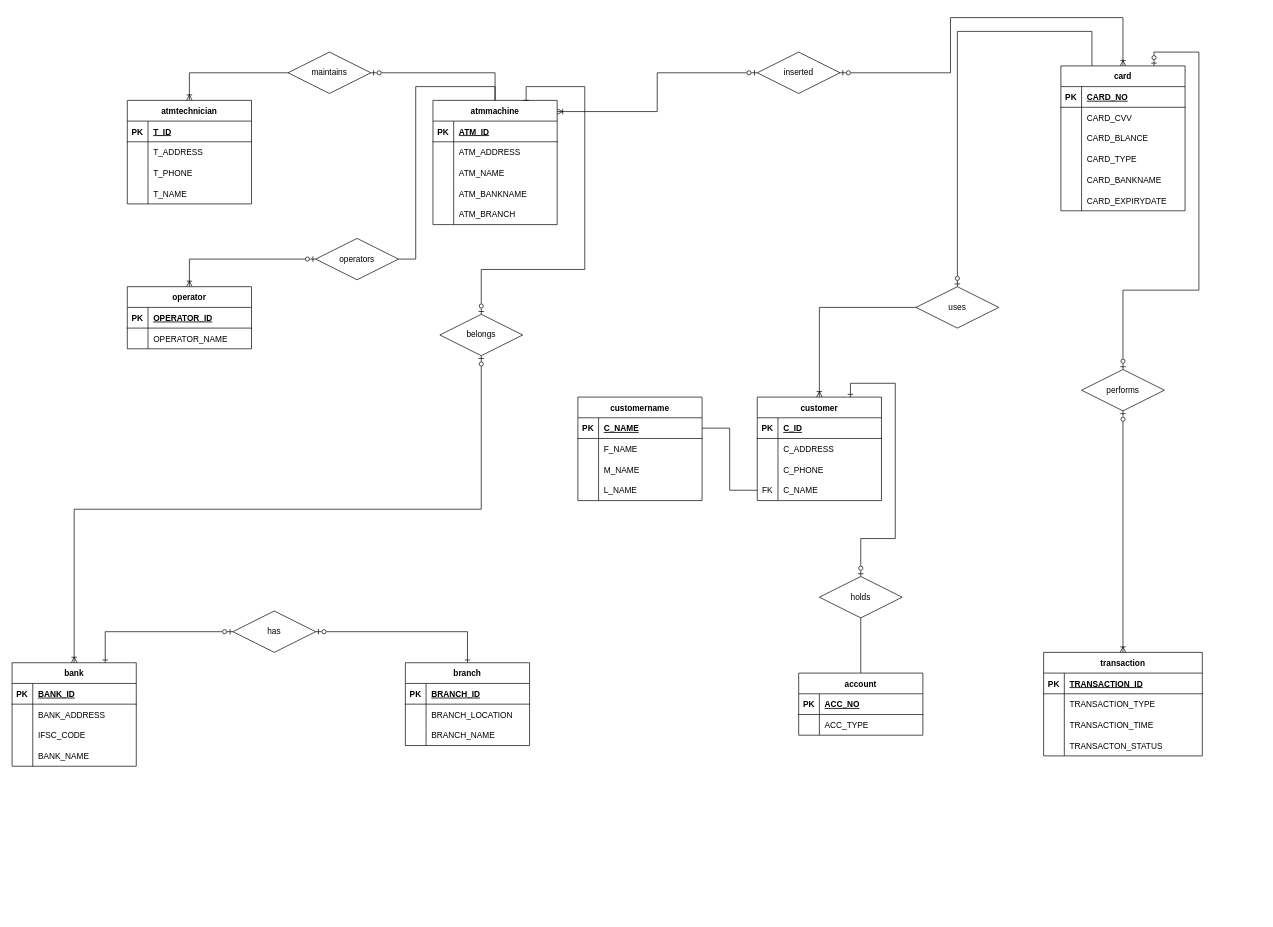
Meoleodeo/erd-sth keeps this draw.io diagram as atmbank.drawio. Above is the earlier version. Source tidied: cells renumbered, new cells numbered last; positions are measured from the earlier drawing's top-left corner, leaving out a move shared by most shapes. Both pictures are drawn from the tidied source at 69%, with x=0, y=0 at pixel (12, 17).
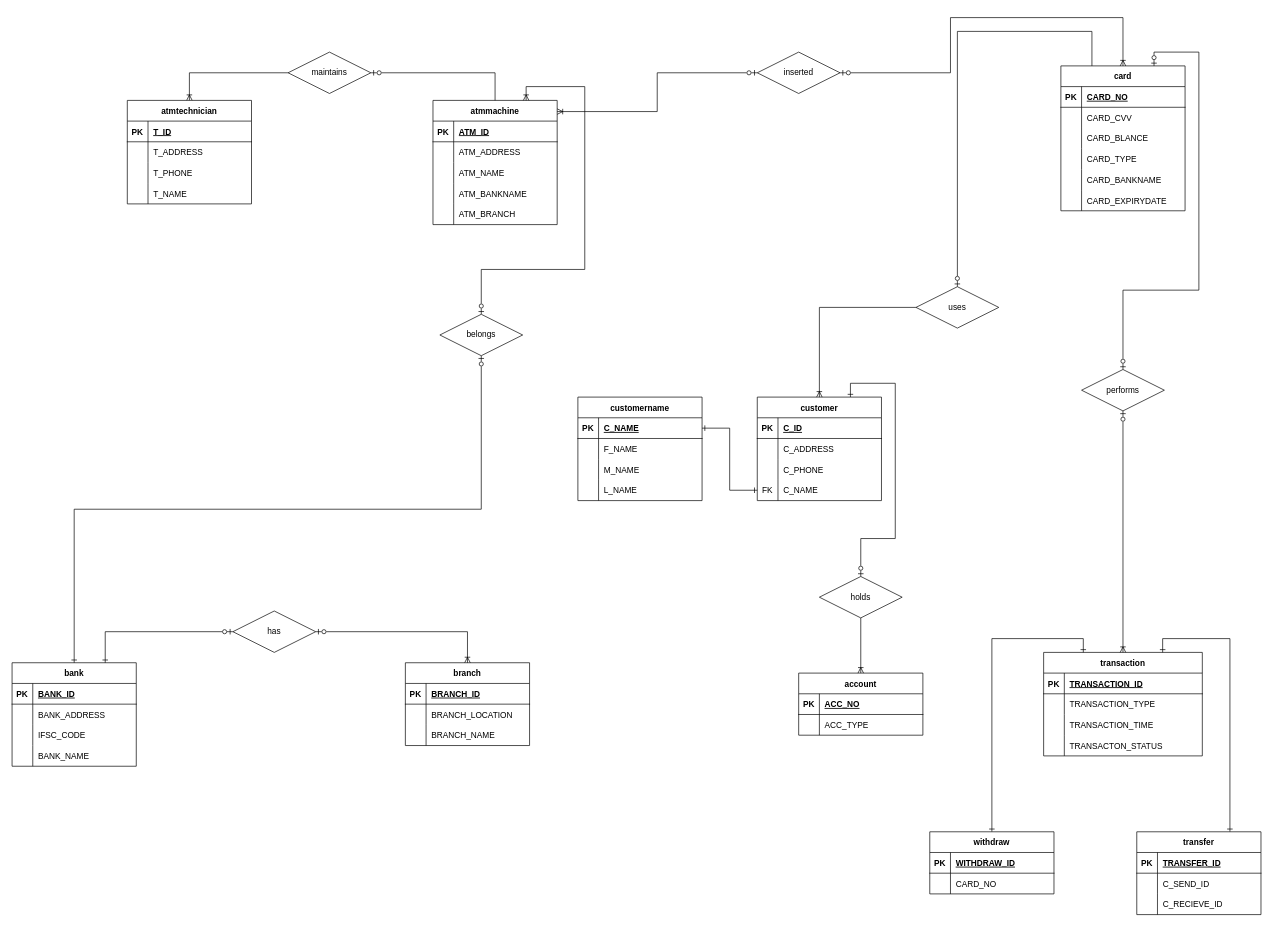
Above is the later version.

Commit message (it also covers changes not shown here):
Cập nhật atmbank.drawio

The change refers to these unchanged cells:
```xml
<mxCell id="13" style="shape=tableRow;horizontal=0;startSize=0;swimlaneHead=0;swimlaneBody=0;fillColor=none;points=[[0,0.5],[1,0.5]];portConstraint=eastwest;top=0;left=0;right=0;bottom=0;" parent="3" vertex="1">
  <mxGeometry y="120" width="180" height="30" as="geometry" />
</mxCell>
<mxCell id="18" style="shape=tableRow;horizontal=0;startSize=0;swimlaneHead=0;swimlaneBody=0;fillColor=none;points=[[0,0.5],[1,0.5]];portConstraint=eastwest;top=0;left=0;right=0;bottom=1;" parent="17" vertex="1">
  <mxGeometry y="30" width="180" height="30" as="geometry" />
</mxCell>
<mxCell id="50" value="transaction" style="shape=table;startSize=30;childLayout=tableLayout;rowLines=0;fontStyle=1;align=center;" parent="1" vertex="1">
  <mxGeometry x="1495" y="920" width="230" height="150" as="geometry" />
</mxCell>
<mxCell id="63" value="account" style="shape=table;startSize=30;childLayout=tableLayout;rowLines=0;fontStyle=1;align=center;" parent="1" vertex="1">
  <mxGeometry x="1140" y="950" width="180" height="90" as="geometry" />
</mxCell>
<mxCell id="70" value="branch" style="shape=table;startSize=30;childLayout=tableLayout;rowLines=0;fontStyle=1;align=center;" parent="1" vertex="1">
  <mxGeometry x="570" y="935" width="180" height="120" as="geometry" />
</mxCell>
<mxCell id="80" value="bank" style="shape=table;startSize=30;childLayout=tableLayout;rowLines=0;fontStyle=1;align=center;" parent="1" vertex="1">
  <mxGeometry y="935" width="180" height="150" as="geometry" />
</mxCell>
<mxCell id="93" value="atmmachine" style="shape=table;startSize=30;childLayout=tableLayout;rowLines=0;fontStyle=1;align=center;" parent="1" vertex="1">
  <mxGeometry x="610" y="120" width="180" height="180" as="geometry" />
</mxCell>
<mxCell id="137" value="belongs" style="shape=rhombus;perimeter=rhombusPerimeter;whiteSpace=wrap;html=1;align=center;" parent="1" vertex="1">
  <mxGeometry x="620" y="430" width="120" height="60" as="geometry" />
</mxCell>
<mxCell id="140" value="has" style="shape=rhombus;perimeter=rhombusPerimeter;whiteSpace=wrap;html=1;align=center;" parent="1" vertex="1">
  <mxGeometry x="320" y="860" width="120" height="60" as="geometry" />
</mxCell>
<mxCell id="149" value="holds" style="shape=rhombus;perimeter=rhombusPerimeter;whiteSpace=wrap;html=1;align=center;" parent="1" vertex="1">
  <mxGeometry x="1170" y="810" width="120" height="60" as="geometry" />
</mxCell>
```

Change to the diagram source:
```diff
@@
-    <mxCell id="123" style="edgeStyle=orthogonalEdgeStyle;rounded=0;jettySize=auto;html=1;exitX=0.5;exitY=0;exitDx=0;exitDy=0;entryX=0;entryY=0.5;entryDx=0;entryDy=0;startArrow=ERoneToMany;startFill=0;endArrow=ERzeroToOne;endFill=0;" parent="1" edge="1" source="124" target="134">
-      <mxGeometry relative="1" as="geometry" />
-    </mxCell>
-    <mxCell id="124" value="operator" style="shape=table;startSize=30;childLayout=tableLayout;rowLines=0;fontStyle=1;align=center;" parent="1" vertex="1">
-      <mxGeometry x="167" y="390" width="180" height="90" as="geometry" />
-    </mxCell>
-    <mxCell id="125" style="shape=tableRow;horizontal=0;startSize=0;swimlaneHead=0;swimlaneBody=0;fillColor=none;top=0;left=0;right=0;bottom=1;" parent="124" vertex="1">
-      <mxGeometry y="30" width="180" height="30" as="geometry" />
-    </mxCell>
-    <mxCell id="126" value="PK" style="shape=partialRectangle;fillColor=none;top=0;left=0;bottom=0;right=0;fontStyle=1;overflow=hidden;" parent="125" vertex="1">
-      <mxGeometry width="30" height="30" as="geometry" />
-    </mxCell>
-    <mxCell id="127" value="OPERATOR_ID" style="shape=partialRectangle;fillColor=none;top=0;left=0;bottom=0;right=0;align=left;spacingLeft=6;fontStyle=5;overflow=hidden;" parent="125" vertex="1">
-      <mxGeometry x="30" width="150" height="30" as="geometry" />
-    </mxCell>
-    <mxCell id="128" style="shape=tableRow;horizontal=0;startSize=0;swimlaneHead=0;swimlaneBody=0;fillColor=none;top=0;left=0;right=0;bottom=0;" parent="124" vertex="1">
-      <mxGeometry y="60" width="180" height="30" as="geometry" />
-    </mxCell>
-    <mxCell id="129" style="shape=partialRectangle;fillColor=none;top=0;left=0;bottom=0;right=0;overflow=hidden;" parent="128" vertex="1">
-      <mxGeometry width="30" height="30" as="geometry" />
-    </mxCell>
-    <mxCell id="130" value="OPERATOR_NAME" style="shape=partialRectangle;fillColor=none;top=0;left=0;bottom=0;right=0;align=left;spacingLeft=6;overflow=hidden;" parent="128" vertex="1">
-      <mxGeometry x="30" width="150" height="30" as="geometry" />
-    </mxCell>
@@
-    <mxCell id="133" style="edgeStyle=orthogonalEdgeStyle;rounded=0;jettySize=auto;html=1;exitX=1;exitY=0.5;exitDx=0;exitDy=0;entryX=0.5;entryY=0;entryDx=0;entryDy=0;startArrow=none;startFill=0;endArrow=none;endFill=0;" parent="1" edge="1" source="134" target="93">
-      <mxGeometry relative="1" as="geometry" />
-    </mxCell>
-    <mxCell id="134" value="operators" style="shape=rhombus;perimeter=rhombusPerimeter;whiteSpace=wrap;html=1;align=center;" parent="1" vertex="1">
-      <mxGeometry x="440" y="320" width="120" height="60" as="geometry" />
-    </mxCell>
-    <mxCell id="135" style="edgeStyle=orthogonalEdgeStyle;rounded=0;jettySize=auto;html=1;exitX=0.5;exitY=0;exitDx=0;exitDy=0;entryX=0.75;entryY=0;entryDx=0;entryDy=0;startArrow=ERzeroToOne;startFill=0;endArrow=baseDash;endFill=0;" parent="1" edge="1" source="137" target="93">
+    <mxCell id="135" style="edgeStyle=orthogonalEdgeStyle;rounded=0;jettySize=auto;html=1;exitX=0.5;exitY=0;exitDx=0;exitDy=0;entryX=0.75;entryY=0;entryDx=0;entryDy=0;startArrow=ERzeroToOne;startFill=0;endArrow=ERoneToMany;endFill=0;" parent="1" edge="1" source="137" target="93">
       <mxGeometry relative="1" as="geometry">
         <Array as="points">
           <mxPoint x="680" y="365" />
           <mxPoint x="830" y="365" />
           <mxPoint x="830" y="100" />
           <mxPoint x="745" y="100" />
         </Array>
       </mxGeometry>
     </mxCell>
-    <mxCell id="136" style="edgeStyle=orthogonalEdgeStyle;rounded=0;jettySize=auto;html=1;exitX=0.5;exitY=1;exitDx=0;exitDy=0;entryX=0.5;entryY=0;entryDx=0;entryDy=0;startArrow=ERzeroToOne;startFill=0;endArrow=ERoneToMany;endFill=0;" parent="1" edge="1" source="137" target="80">
+    <mxCell id="136" style="edgeStyle=orthogonalEdgeStyle;rounded=0;jettySize=auto;html=1;exitX=0.5;exitY=1;exitDx=0;exitDy=0;entryX=0.5;entryY=0;entryDx=0;entryDy=0;startArrow=ERzeroToOne;startFill=0;endArrow=ERone;endFill=0;" parent="1" edge="1" source="137" target="80">
       <mxGeometry relative="1" as="geometry" />
     </mxCell>
@@
-    <mxCell id="139" style="edgeStyle=orthogonalEdgeStyle;rounded=0;jettySize=auto;html=1;exitX=1;exitY=0.5;exitDx=0;exitDy=0;entryX=0.5;entryY=0;entryDx=0;entryDy=0;startArrow=ERzeroToOne;startFill=0;endArrow=ERone;endFill=0;" parent="1" edge="1" source="140" target="70">
+    <mxCell id="139" style="edgeStyle=orthogonalEdgeStyle;rounded=0;jettySize=auto;html=1;exitX=1;exitY=0.5;exitDx=0;exitDy=0;entryX=0.5;entryY=0;entryDx=0;entryDy=0;startArrow=ERzeroToOne;startFill=0;endArrow=ERoneToMany;endFill=0;" parent="1" edge="1" source="140" target="70">
       <mxGeometry relative="1" as="geometry" />
     </mxCell>
@@
-    <mxCell id="148" style="edgeStyle=orthogonalEdgeStyle;rounded=0;jettySize=auto;html=1;exitX=0.5;exitY=1;exitDx=0;exitDy=0;entryX=0.5;entryY=0;entryDx=0;entryDy=0;startArrow=none;startFill=0;endArrow=none;endFill=0;" parent="1" edge="1" source="149" target="63">
+    <mxCell id="148" style="edgeStyle=orthogonalEdgeStyle;rounded=0;jettySize=auto;html=1;exitX=0.5;exitY=1;exitDx=0;exitDy=0;entryX=0.5;entryY=0;entryDx=0;entryDy=0;startArrow=none;startFill=0;endArrow=ERoneToMany;endFill=0;" parent="1" edge="1" source="149" target="63">
       <mxGeometry relative="1" as="geometry" />
     </mxCell>
@@
-    <mxCell id="150" style="edgeStyle=orthogonalEdgeStyle;rounded=0;jettySize=auto;html=1;exitX=1;exitY=0.5;exitDx=0;exitDy=0;entryX=0;entryY=0.5;entryDx=0;entryDy=0;startArrow=none;startFill=0;endArrow=none;endFill=0;" parent="1" edge="1" source="18" target="13">
+    <mxCell id="150" style="edgeStyle=orthogonalEdgeStyle;rounded=0;jettySize=auto;html=1;exitX=1;exitY=0.5;exitDx=0;exitDy=0;entryX=0;entryY=0.5;entryDx=0;entryDy=0;startArrow=ERone;startFill=0;endArrow=ERone;endFill=0;" parent="1" edge="1" source="18" target="13">
       <mxGeometry relative="1" as="geometry" />
     </mxCell>
+    <mxCell id="151" style="edgeStyle=orthogonalEdgeStyle;rounded=0;jettySize=auto;html=1;exitX=0.5;exitY=0;exitDx=0;exitDy=0;entryX=0.25;entryY=0;entryDx=0;entryDy=0;startArrow=ERone;startFill=0;endArrow=ERone;endFill=0;" parent="1" edge="1" source="152" target="50">
+      <mxGeometry relative="1" as="geometry" />
+    </mxCell>
+    <mxCell id="152" value="withdraw" style="shape=table;startSize=30;childLayout=tableLayout;rowLines=0;fontStyle=1;align=center;" parent="1" vertex="1">
+      <mxGeometry x="1330" y="1180" width="180" height="90" as="geometry" />
+    </mxCell>
+    <mxCell id="153" style="shape=tableRow;horizontal=0;startSize=0;swimlaneHead=0;swimlaneBody=0;fillColor=none;top=0;left=0;right=0;bottom=1;" parent="152" vertex="1">
+      <mxGeometry y="30" width="180" height="30" as="geometry" />
+    </mxCell>
+    <mxCell id="154" value="PK" style="shape=partialRectangle;fillColor=none;top=0;left=0;bottom=0;right=0;fontStyle=1;overflow=hidden;" parent="153" vertex="1">
+      <mxGeometry width="30" height="30" as="geometry" />
+    </mxCell>
+    <mxCell id="155" value="WITHDRAW_ID" style="shape=partialRectangle;fillColor=none;top=0;left=0;bottom=0;right=0;align=left;spacingLeft=6;fontStyle=5;overflow=hidden;" parent="153" vertex="1">
+      <mxGeometry x="30" width="150" height="30" as="geometry" />
+    </mxCell>
+    <mxCell id="156" style="shape=tableRow;horizontal=0;startSize=0;swimlaneHead=0;swimlaneBody=0;fillColor=none;top=0;left=0;right=0;bottom=0;" parent="152" vertex="1">
+      <mxGeometry y="60" width="180" height="30" as="geometry" />
+    </mxCell>
+    <mxCell id="157" style="shape=partialRectangle;fillColor=none;top=0;left=0;bottom=0;right=0;overflow=hidden;" parent="156" vertex="1">
+      <mxGeometry width="30" height="30" as="geometry" />
+    </mxCell>
+    <mxCell id="158" value="CARD_NO" style="shape=partialRectangle;fillColor=none;top=0;left=0;bottom=0;right=0;align=left;spacingLeft=6;overflow=hidden;" parent="156" vertex="1">
+      <mxGeometry x="30" width="150" height="30" as="geometry" />
+    </mxCell>
+    <mxCell id="159" style="edgeStyle=orthogonalEdgeStyle;rounded=0;jettySize=auto;html=1;exitX=0.75;exitY=0;exitDx=0;exitDy=0;entryX=0.75;entryY=0;entryDx=0;entryDy=0;startArrow=ERone;startFill=0;endArrow=ERone;endFill=0;" parent="1" edge="1" source="160" target="50">
+      <mxGeometry relative="1" as="geometry" />
+    </mxCell>
+    <mxCell id="160" value="transfer" style="shape=table;startSize=30;childLayout=tableLayout;rowLines=0;fontStyle=1;align=center;" parent="1" vertex="1">
+      <mxGeometry x="1630" y="1180" width="180" height="120" as="geometry" />
+    </mxCell>
+    <mxCell id="161" style="shape=tableRow;horizontal=0;startSize=0;swimlaneHead=0;swimlaneBody=0;fillColor=none;top=0;left=0;right=0;bottom=1;" parent="160" vertex="1">
+      <mxGeometry y="30" width="180" height="30" as="geometry" />
+    </mxCell>
+    <mxCell id="162" value="PK" style="shape=partialRectangle;fillColor=none;top=0;left=0;bottom=0;right=0;fontStyle=1;overflow=hidden;" parent="161" vertex="1">
+      <mxGeometry width="30" height="30" as="geometry" />
+    </mxCell>
+    <mxCell id="163" value="TRANSFER_ID" style="shape=partialRectangle;fillColor=none;top=0;left=0;bottom=0;right=0;align=left;spacingLeft=6;fontStyle=5;overflow=hidden;" parent="161" vertex="1">
+      <mxGeometry x="30" width="150" height="30" as="geometry" />
+    </mxCell>
+    <mxCell id="164" style="shape=tableRow;horizontal=0;startSize=0;swimlaneHead=0;swimlaneBody=0;fillColor=none;top=0;left=0;right=0;bottom=0;" parent="160" vertex="1">
+      <mxGeometry y="60" width="180" height="30" as="geometry" />
+    </mxCell>
+    <mxCell id="165" style="shape=partialRectangle;fillColor=none;top=0;left=0;bottom=0;right=0;overflow=hidden;" parent="164" vertex="1">
+      <mxGeometry width="30" height="30" as="geometry" />
+    </mxCell>
+    <mxCell id="166" value="C_SEND_ID" style="shape=partialRectangle;fillColor=none;top=0;left=0;bottom=0;right=0;align=left;spacingLeft=6;overflow=hidden;" parent="164" vertex="1">
+      <mxGeometry x="30" width="150" height="30" as="geometry" />
+    </mxCell>
+    <mxCell id="167" style="shape=tableRow;horizontal=0;startSize=0;swimlaneHead=0;swimlaneBody=0;fillColor=none;top=0;left=0;right=0;bottom=0;" parent="160" vertex="1">
+      <mxGeometry y="90" width="180" height="30" as="geometry" />
+    </mxCell>
+    <mxCell id="168" style="shape=partialRectangle;fillColor=none;top=0;left=0;bottom=0;right=0;overflow=hidden;" parent="167" vertex="1">
+      <mxGeometry width="30" height="30" as="geometry" />
+    </mxCell>
+    <mxCell id="169" value="C_RECIEVE_ID" style="shape=partialRectangle;fillColor=none;top=0;left=0;bottom=0;right=0;align=left;spacingLeft=6;overflow=hidden;" parent="167" vertex="1">
+      <mxGeometry x="30" width="150" height="30" as="geometry" />
+    </mxCell>
```
